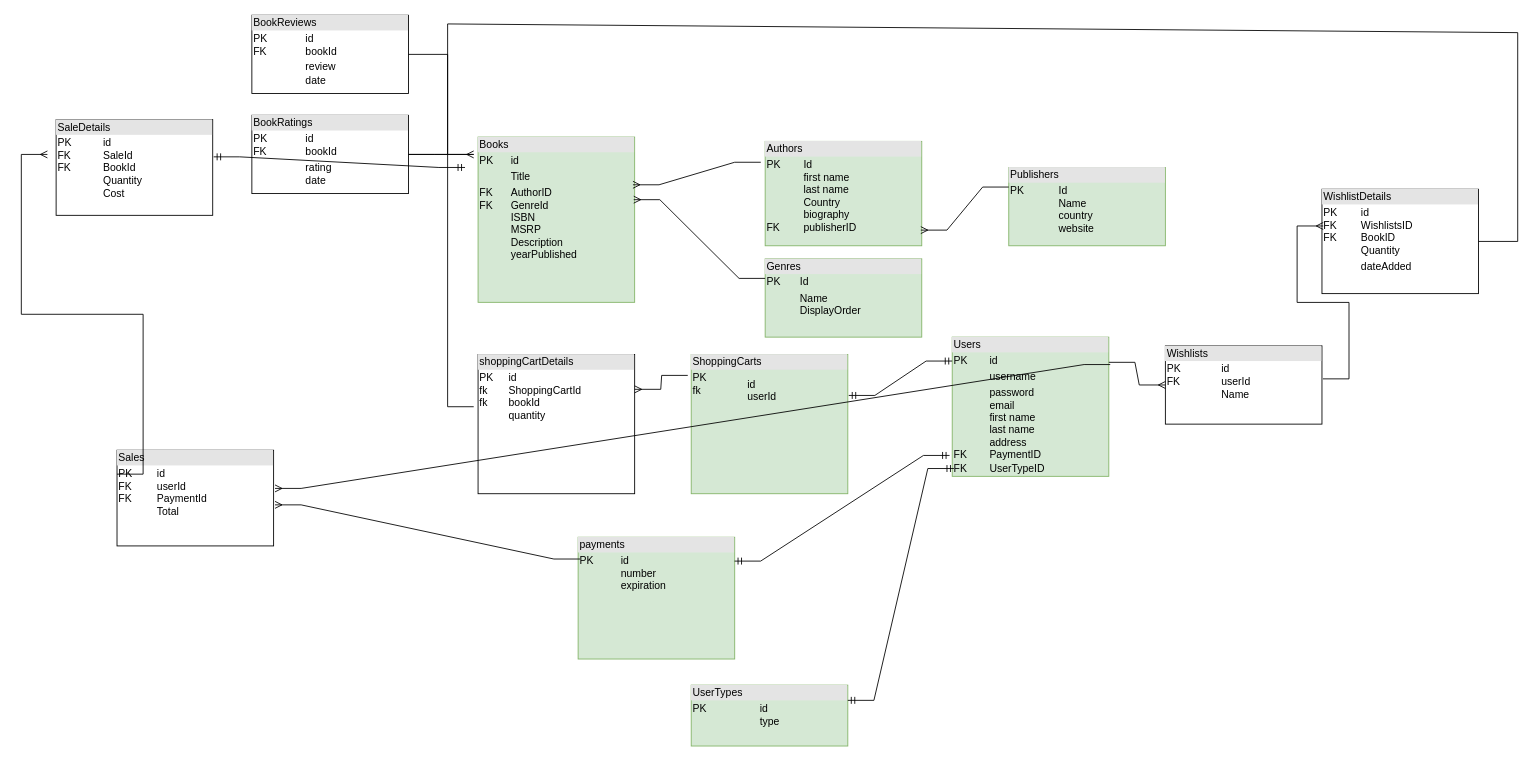
The draw.io diagram Database Schema.drawio in diegomfg/cen-bookapi, before the edit. Source tidied: cells renumbered, new cells numbered last; positions are measured from the earlier drawing's top-left corner, leaving out a move shared by most shapes. Both pictures are drawn from the tidied source at 87%, with x=0, y=0 at pixel (47, 15).
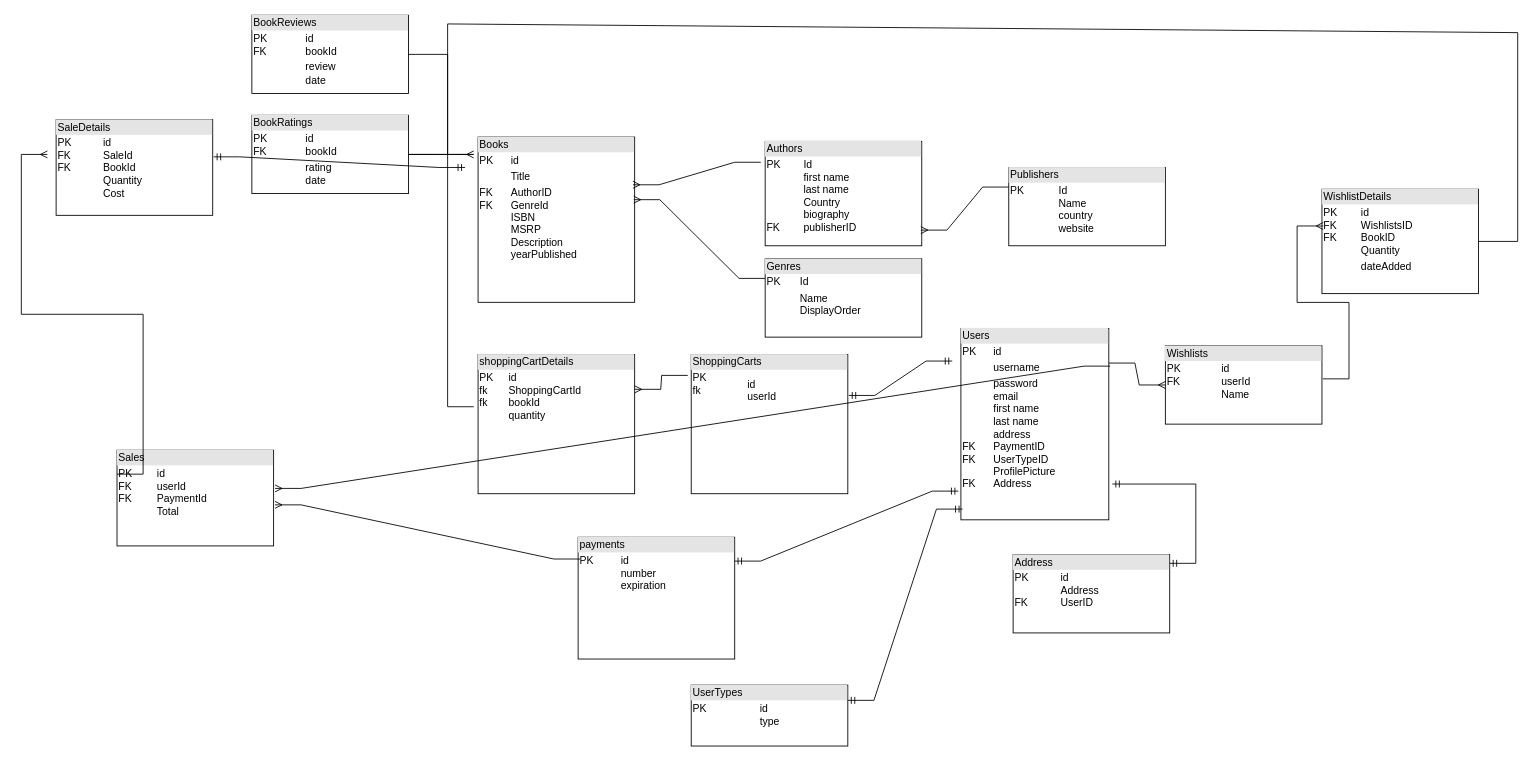
After the change.

Commit message:
Add User Profile Schema

The edit, as a diff of the source:
```diff
@@
-    <mxCell id="2" value="&lt;div style=&quot;box-sizing:border-box;width:100%;background:#e4e4e4;padding:2px;&quot;&gt;Books&lt;/div&gt;&lt;table style=&quot;width:100%;font-size:1em;&quot; cellpadding=&quot;2&quot; cellspacing=&quot;0&quot;&gt;&lt;tbody&gt;&lt;tr&gt;&lt;td&gt;PK&lt;/td&gt;&lt;td&gt;id&lt;/td&gt;&lt;/tr&gt;&lt;tr&gt;&lt;td&gt;&lt;br&gt;&lt;/td&gt;&lt;td&gt;Title&lt;/td&gt;&lt;/tr&gt;&lt;tr&gt;&lt;td&gt;FK&lt;br&gt;FK&lt;br&gt;&lt;br&gt;&lt;br&gt;&lt;br&gt;&lt;br&gt;&lt;br&gt;&lt;/td&gt;&lt;td&gt;AuthorID&lt;br&gt;GenreId&lt;br&gt;ISBN&lt;br&gt;MSRP&lt;br&gt;Description&lt;br&gt;yearPublished&lt;br&gt;&lt;br&gt;&lt;/td&gt;&lt;/tr&gt;&lt;/tbody&gt;&lt;/table&gt;" style="verticalAlign=top;align=left;overflow=fill;html=1;whiteSpace=wrap;fillColor=#d5e8d4;strokeColor=#82b366;" parent="1" vertex="1">
+    <mxCell id="2" value="&lt;div style=&quot;box-sizing:border-box;width:100%;background:#e4e4e4;padding:2px;&quot;&gt;Books&lt;/div&gt;&lt;table style=&quot;width:100%;font-size:1em;&quot; cellpadding=&quot;2&quot; cellspacing=&quot;0&quot;&gt;&lt;tbody&gt;&lt;tr&gt;&lt;td&gt;PK&lt;/td&gt;&lt;td&gt;id&lt;/td&gt;&lt;/tr&gt;&lt;tr&gt;&lt;td&gt;&lt;br&gt;&lt;/td&gt;&lt;td&gt;Title&lt;/td&gt;&lt;/tr&gt;&lt;tr&gt;&lt;td&gt;FK&lt;br&gt;FK&lt;br&gt;&lt;br&gt;&lt;br&gt;&lt;br&gt;&lt;br&gt;&lt;br&gt;&lt;/td&gt;&lt;td&gt;AuthorID&lt;br&gt;GenreId&lt;br&gt;ISBN&lt;br&gt;MSRP&lt;br&gt;Description&lt;br&gt;yearPublished&lt;br&gt;&lt;br&gt;&lt;/td&gt;&lt;/tr&gt;&lt;/tbody&gt;&lt;/table&gt;" style="verticalAlign=top;align=left;overflow=fill;html=1;whiteSpace=wrap;" parent="1" vertex="1">
       <mxGeometry x="495" y="140" width="180" height="190" as="geometry" />
     </mxCell>
-    <mxCell id="3" value="&lt;div style=&quot;box-sizing:border-box;width:100%;background:#e4e4e4;padding:2px;&quot;&gt;Authors&lt;/div&gt;&lt;table style=&quot;width:100%;font-size:1em;&quot; cellpadding=&quot;2&quot; cellspacing=&quot;0&quot;&gt;&lt;tbody&gt;&lt;tr&gt;&lt;td&gt;PK&lt;br&gt;&lt;br&gt;&lt;br&gt;&lt;br&gt;&lt;br&gt;FK&lt;/td&gt;&lt;td&gt;Id&lt;br&gt;first name&lt;br&gt;last name&lt;br&gt;Country&lt;br&gt;biography&lt;br&gt;publisherID&lt;/td&gt;&lt;/tr&gt;&lt;tr&gt;&lt;td&gt;&lt;br&gt;&lt;/td&gt;&lt;td&gt;&lt;/td&gt;&lt;/tr&gt;&lt;/tbody&gt;&lt;/table&gt;" style="verticalAlign=top;align=left;overflow=fill;html=1;whiteSpace=wrap;fillColor=#d5e8d4;strokeColor=#82b366;" parent="1" vertex="1">
+    <mxCell id="3" value="&lt;div style=&quot;box-sizing:border-box;width:100%;background:#e4e4e4;padding:2px;&quot;&gt;Authors&lt;/div&gt;&lt;table style=&quot;width:100%;font-size:1em;&quot; cellpadding=&quot;2&quot; cellspacing=&quot;0&quot;&gt;&lt;tbody&gt;&lt;tr&gt;&lt;td&gt;PK&lt;br&gt;&lt;br&gt;&lt;br&gt;&lt;br&gt;&lt;br&gt;FK&lt;/td&gt;&lt;td&gt;Id&lt;br&gt;first name&lt;br&gt;last name&lt;br&gt;Country&lt;br&gt;biography&lt;br&gt;publisherID&lt;/td&gt;&lt;/tr&gt;&lt;tr&gt;&lt;td&gt;&lt;br&gt;&lt;/td&gt;&lt;td&gt;&lt;/td&gt;&lt;/tr&gt;&lt;/tbody&gt;&lt;/table&gt;" style="verticalAlign=top;align=left;overflow=fill;html=1;whiteSpace=wrap;" parent="1" vertex="1">
       <mxGeometry x="825" y="145" width="180" height="120" as="geometry" />
     </mxCell>
-    <mxCell id="4" value="&lt;div style=&quot;box-sizing:border-box;width:100%;background:#e4e4e4;padding:2px;&quot;&gt;Genres&lt;/div&gt;&lt;table style=&quot;width:100%;font-size:1em;&quot; cellpadding=&quot;2&quot; cellspacing=&quot;0&quot;&gt;&lt;tbody&gt;&lt;tr&gt;&lt;td&gt;PK&lt;/td&gt;&lt;td&gt;Id&lt;/td&gt;&lt;/tr&gt;&lt;tr&gt;&lt;td&gt;&lt;br&gt;&lt;/td&gt;&lt;td&gt;Name&lt;br&gt;DisplayOrder&lt;/td&gt;&lt;/tr&gt;&lt;/tbody&gt;&lt;/table&gt;" style="verticalAlign=top;align=left;overflow=fill;html=1;whiteSpace=wrap;fillColor=#d5e8d4;strokeColor=#82b366;" parent="1" vertex="1">
+    <mxCell id="4" value="&lt;div style=&quot;box-sizing:border-box;width:100%;background:#e4e4e4;padding:2px;&quot;&gt;Genres&lt;/div&gt;&lt;table style=&quot;width:100%;font-size:1em;&quot; cellpadding=&quot;2&quot; cellspacing=&quot;0&quot;&gt;&lt;tbody&gt;&lt;tr&gt;&lt;td&gt;PK&lt;/td&gt;&lt;td&gt;Id&lt;/td&gt;&lt;/tr&gt;&lt;tr&gt;&lt;td&gt;&lt;br&gt;&lt;/td&gt;&lt;td&gt;Name&lt;br&gt;DisplayOrder&lt;/td&gt;&lt;/tr&gt;&lt;/tbody&gt;&lt;/table&gt;" style="verticalAlign=top;align=left;overflow=fill;html=1;whiteSpace=wrap;" parent="1" vertex="1">
       <mxGeometry x="825" y="280" width="180" height="90" as="geometry" />
     </mxCell>
-    <mxCell id="5" value="&lt;div style=&quot;box-sizing:border-box;width:100%;background:#e4e4e4;padding:2px;&quot;&gt;Publishers&lt;/div&gt;&lt;table style=&quot;width:100%;font-size:1em;&quot; cellpadding=&quot;2&quot; cellspacing=&quot;0&quot;&gt;&lt;tbody&gt;&lt;tr&gt;&lt;td&gt;PK&lt;br&gt;&lt;br&gt;&lt;br&gt;&lt;br&gt;&lt;/td&gt;&lt;td&gt;Id&lt;br&gt;Name&lt;br&gt;country&lt;br&gt;website&lt;/td&gt;&lt;/tr&gt;&lt;tr&gt;&lt;td&gt;&lt;br&gt;&lt;/td&gt;&lt;td&gt;&lt;/td&gt;&lt;/tr&gt;&lt;/tbody&gt;&lt;/table&gt;" style="verticalAlign=top;align=left;overflow=fill;html=1;whiteSpace=wrap;fillColor=#d5e8d4;strokeColor=#82b366;" parent="1" vertex="1">
+    <mxCell id="5" value="&lt;div style=&quot;box-sizing:border-box;width:100%;background:#e4e4e4;padding:2px;&quot;&gt;Publishers&lt;/div&gt;&lt;table style=&quot;width:100%;font-size:1em;&quot; cellpadding=&quot;2&quot; cellspacing=&quot;0&quot;&gt;&lt;tbody&gt;&lt;tr&gt;&lt;td&gt;PK&lt;br&gt;&lt;br&gt;&lt;br&gt;&lt;br&gt;&lt;/td&gt;&lt;td&gt;Id&lt;br&gt;Name&lt;br&gt;country&lt;br&gt;website&lt;/td&gt;&lt;/tr&gt;&lt;tr&gt;&lt;td&gt;&lt;br&gt;&lt;/td&gt;&lt;td&gt;&lt;/td&gt;&lt;/tr&gt;&lt;/tbody&gt;&lt;/table&gt;" style="verticalAlign=top;align=left;overflow=fill;html=1;whiteSpace=wrap;" parent="1" vertex="1">
       <mxGeometry x="1105" y="175" width="180" height="90" as="geometry" />
     </mxCell>
-    <mxCell id="6" value="&lt;div style=&quot;box-sizing:border-box;width:100%;background:#e4e4e4;padding:2px;&quot;&gt;Users&lt;/div&gt;&lt;table style=&quot;width:100%;font-size:1em;&quot; cellpadding=&quot;2&quot; cellspacing=&quot;0&quot;&gt;&lt;tbody&gt;&lt;tr&gt;&lt;td&gt;PK&lt;/td&gt;&lt;td&gt;id&lt;/td&gt;&lt;/tr&gt;&lt;tr&gt;&lt;td&gt;&lt;br&gt;&lt;/td&gt;&lt;td&gt;username&lt;/td&gt;&lt;/tr&gt;&lt;tr&gt;&lt;td&gt;&lt;br&gt;&lt;br&gt;&lt;br&gt;FK&lt;br&gt;FK&lt;/td&gt;&lt;td&gt;password&lt;br&gt;email&lt;br&gt;first name&lt;br&gt;last name&lt;br&gt;address&lt;br&gt;PaymentID&lt;br&gt;UserTypeID&lt;br&gt;&lt;br&gt;&lt;br&gt;&lt;/td&gt;&lt;/tr&gt;&lt;/tbody&gt;&lt;/table&gt;" style="verticalAlign=top;align=left;overflow=fill;html=1;whiteSpace=wrap;fillColor=#d5e8d4;strokeColor=#82b366;" parent="1" vertex="1">
-      <mxGeometry x="1040" y="370" width="180" height="160" as="geometry" />
+    <mxCell id="6" value="&lt;div style=&quot;box-sizing:border-box;width:100%;background:#e4e4e4;padding:2px;&quot;&gt;Users&lt;/div&gt;&lt;table style=&quot;width:100%;font-size:1em;&quot; cellpadding=&quot;2&quot; cellspacing=&quot;0&quot;&gt;&lt;tbody&gt;&lt;tr&gt;&lt;td&gt;PK&lt;/td&gt;&lt;td&gt;id&lt;/td&gt;&lt;/tr&gt;&lt;tr&gt;&lt;td&gt;&lt;br&gt;&lt;/td&gt;&lt;td&gt;username&lt;/td&gt;&lt;/tr&gt;&lt;tr&gt;&lt;td&gt;&lt;br&gt;&lt;br&gt;&lt;br&gt;FK&lt;br&gt;FK&lt;br&gt;&lt;br&gt;FK&lt;/td&gt;&lt;td&gt;password&lt;br&gt;email&lt;br&gt;first name&lt;br&gt;last name&lt;br&gt;address&lt;br&gt;PaymentID&lt;br&gt;UserTypeID&lt;br&gt;ProfilePicture&lt;br&gt;Address&lt;br&gt;&lt;br&gt;&lt;br&gt;&lt;/td&gt;&lt;/tr&gt;&lt;/tbody&gt;&lt;/table&gt;" style="verticalAlign=top;align=left;overflow=fill;html=1;whiteSpace=wrap;" parent="1" vertex="1">
+      <mxGeometry x="1050" y="360" width="170" height="220" as="geometry" />
     </mxCell>
-    <mxCell id="7" value="&lt;div style=&quot;box-sizing:border-box;width:100%;background:#e4e4e4;padding:2px;&quot;&gt;payments&lt;/div&gt;&lt;table style=&quot;width:100%;font-size:1em;&quot; cellpadding=&quot;2&quot; cellspacing=&quot;0&quot;&gt;&lt;tbody&gt;&lt;tr&gt;&lt;td&gt;PK&lt;br&gt;&lt;br&gt;&lt;br&gt;&lt;/td&gt;&lt;td&gt;id&lt;br&gt;number&lt;br style=&quot;--tw-translate-x: 0; --tw-translate-y: 0; --tw-rotate: 0; --tw-skew-x: 0; --tw-skew-y: 0; --tw-scale-x: 1; --tw-scale-y: 1; --tw-pan-x: ; --tw-pan-y: ; --tw-pinch-zoom: ; --tw-scroll-snap-strictness: proximity; --tw-ordinal: ; --tw-slashed-zero: ; --tw-numeric-figure: ; --tw-numeric-spacing: ; --tw-numeric-fraction: ; --tw-ring-inset: ; --tw-ring-offset-width: 0px; --tw-ring-offset-color: #fff; --tw-ring-color: rgb(59 130 246 / .5); --tw-ring-offset-shadow: 0 0 #0000; --tw-ring-shadow: 0 0 #0000; --tw-shadow: 0 0 #0000; --tw-shadow-colored: 0 0 #0000; --tw-blur: ; --tw-brightness: ; --tw-contrast: ; --tw-grayscale: ; --tw-hue-rotate: ; --tw-invert: ; --tw-saturate: ; --tw-sepia: ; --tw-drop-shadow: ; --tw-backdrop-blur: ; --tw-backdrop-brightness: ; --tw-backdrop-contrast: ; --tw-backdrop-grayscale: ; --tw-backdrop-hue-rotate: ; --tw-backdrop-invert: ; --tw-backdrop-opacity: ; --tw-backdrop-saturate: ; --tw-backdrop-sepia: ; border-color: var(--border-color);&quot;&gt;expiration&lt;br&gt;&lt;/td&gt;&lt;/tr&gt;&lt;tr&gt;&lt;td&gt;&lt;br&gt;&lt;/td&gt;&lt;td&gt;&lt;br&gt;&lt;/td&gt;&lt;/tr&gt;&lt;tr&gt;&lt;td&gt;&lt;br&gt;&lt;/td&gt;&lt;td&gt;&lt;br&gt;&lt;br&gt;&lt;/td&gt;&lt;/tr&gt;&lt;/tbody&gt;&lt;/table&gt;" style="verticalAlign=top;align=left;overflow=fill;html=1;whiteSpace=wrap;fillColor=#d5e8d4;strokeColor=#82b366;" parent="1" vertex="1">
+    <mxCell id="7" value="&lt;div style=&quot;box-sizing:border-box;width:100%;background:#e4e4e4;padding:2px;&quot;&gt;payments&lt;/div&gt;&lt;table style=&quot;width:100%;font-size:1em;&quot; cellpadding=&quot;2&quot; cellspacing=&quot;0&quot;&gt;&lt;tbody&gt;&lt;tr&gt;&lt;td&gt;PK&lt;br&gt;&lt;br&gt;&lt;br&gt;&lt;/td&gt;&lt;td&gt;id&lt;br&gt;number&lt;br style=&quot;--tw-translate-x: 0; --tw-translate-y: 0; --tw-rotate: 0; --tw-skew-x: 0; --tw-skew-y: 0; --tw-scale-x: 1; --tw-scale-y: 1; --tw-pan-x: ; --tw-pan-y: ; --tw-pinch-zoom: ; --tw-scroll-snap-strictness: proximity; --tw-ordinal: ; --tw-slashed-zero: ; --tw-numeric-figure: ; --tw-numeric-spacing: ; --tw-numeric-fraction: ; --tw-ring-inset: ; --tw-ring-offset-width: 0px; --tw-ring-offset-color: #fff; --tw-ring-color: rgb(59 130 246 / .5); --tw-ring-offset-shadow: 0 0 #0000; --tw-ring-shadow: 0 0 #0000; --tw-shadow: 0 0 #0000; --tw-shadow-colored: 0 0 #0000; --tw-blur: ; --tw-brightness: ; --tw-contrast: ; --tw-grayscale: ; --tw-hue-rotate: ; --tw-invert: ; --tw-saturate: ; --tw-sepia: ; --tw-drop-shadow: ; --tw-backdrop-blur: ; --tw-backdrop-brightness: ; --tw-backdrop-contrast: ; --tw-backdrop-grayscale: ; --tw-backdrop-hue-rotate: ; --tw-backdrop-invert: ; --tw-backdrop-opacity: ; --tw-backdrop-saturate: ; --tw-backdrop-sepia: ; border-color: var(--border-color);&quot;&gt;expiration&lt;br&gt;&lt;/td&gt;&lt;/tr&gt;&lt;tr&gt;&lt;td&gt;&lt;br&gt;&lt;/td&gt;&lt;td&gt;&lt;br&gt;&lt;/td&gt;&lt;/tr&gt;&lt;tr&gt;&lt;td&gt;&lt;br&gt;&lt;/td&gt;&lt;td&gt;&lt;br&gt;&lt;br&gt;&lt;/td&gt;&lt;/tr&gt;&lt;/tbody&gt;&lt;/table&gt;" style="verticalAlign=top;align=left;overflow=fill;html=1;whiteSpace=wrap;" parent="1" vertex="1">
       <mxGeometry x="610" y="600" width="180" height="140" as="geometry" />
     </mxCell>
-    <mxCell id="8" value="&lt;div style=&quot;box-sizing:border-box;width:100%;background:#e4e4e4;padding:2px;&quot;&gt;ShoppingCarts&lt;/div&gt;&lt;table style=&quot;width:100%;font-size:1em;&quot; cellpadding=&quot;2&quot; cellspacing=&quot;0&quot;&gt;&lt;tbody&gt;&lt;tr&gt;&lt;td&gt;PK&lt;br&gt;fk&lt;br&gt;&lt;br&gt;&lt;/td&gt;&lt;td&gt;id&lt;br&gt;userId&lt;br&gt;&lt;/td&gt;&lt;/tr&gt;&lt;tr&gt;&lt;td&gt;&lt;br&gt;&lt;/td&gt;&lt;td&gt;&lt;/td&gt;&lt;/tr&gt;&lt;tr&gt;&lt;td&gt;&lt;/td&gt;&lt;td&gt;&lt;br&gt;&lt;br&gt;&lt;br&gt;&lt;/td&gt;&lt;/tr&gt;&lt;/tbody&gt;&lt;/table&gt;" style="verticalAlign=top;align=left;overflow=fill;html=1;whiteSpace=wrap;fillColor=#d5e8d4;strokeColor=#82b366;" parent="1" vertex="1">
+    <mxCell id="8" value="&lt;div style=&quot;box-sizing:border-box;width:100%;background:#e4e4e4;padding:2px;&quot;&gt;ShoppingCarts&lt;/div&gt;&lt;table style=&quot;width:100%;font-size:1em;&quot; cellpadding=&quot;2&quot; cellspacing=&quot;0&quot;&gt;&lt;tbody&gt;&lt;tr&gt;&lt;td&gt;PK&lt;br&gt;fk&lt;br&gt;&lt;br&gt;&lt;/td&gt;&lt;td&gt;id&lt;br&gt;userId&lt;br&gt;&lt;/td&gt;&lt;/tr&gt;&lt;tr&gt;&lt;td&gt;&lt;br&gt;&lt;/td&gt;&lt;td&gt;&lt;/td&gt;&lt;/tr&gt;&lt;tr&gt;&lt;td&gt;&lt;/td&gt;&lt;td&gt;&lt;br&gt;&lt;br&gt;&lt;br&gt;&lt;/td&gt;&lt;/tr&gt;&lt;/tbody&gt;&lt;/table&gt;" style="verticalAlign=top;align=left;overflow=fill;html=1;whiteSpace=wrap;" parent="1" vertex="1">
       <mxGeometry x="740" y="390" width="180" height="160" as="geometry" />
     </mxCell>
@@
-    <mxCell id="17" value="&lt;div style=&quot;box-sizing:border-box;width:100%;background:#e4e4e4;padding:2px;&quot;&gt;UserTypes&lt;/div&gt;&lt;table style=&quot;width:100%;font-size:1em;&quot; cellpadding=&quot;2&quot; cellspacing=&quot;0&quot;&gt;&lt;tbody&gt;&lt;tr&gt;&lt;td&gt;PK&lt;br&gt;&lt;br&gt;&lt;/td&gt;&lt;td&gt;id&lt;br&gt;type&lt;/td&gt;&lt;/tr&gt;&lt;tr&gt;&lt;td&gt;&lt;/td&gt;&lt;td&gt;&lt;br&gt;&lt;/td&gt;&lt;/tr&gt;&lt;tr&gt;&lt;td&gt;&lt;/td&gt;&lt;td&gt;&lt;br&gt;&lt;br&gt;&lt;br&gt;&lt;/td&gt;&lt;/tr&gt;&lt;/tbody&gt;&lt;/table&gt;" style="verticalAlign=top;align=left;overflow=fill;html=1;whiteSpace=wrap;fillColor=#d5e8d4;strokeColor=#82b366;" parent="1" vertex="1">
+    <mxCell id="17" value="&lt;div style=&quot;box-sizing:border-box;width:100%;background:#e4e4e4;padding:2px;&quot;&gt;UserTypes&lt;/div&gt;&lt;table style=&quot;width:100%;font-size:1em;&quot; cellpadding=&quot;2&quot; cellspacing=&quot;0&quot;&gt;&lt;tbody&gt;&lt;tr&gt;&lt;td&gt;PK&lt;br&gt;&lt;br&gt;&lt;/td&gt;&lt;td&gt;id&lt;br&gt;type&lt;/td&gt;&lt;/tr&gt;&lt;tr&gt;&lt;td&gt;&lt;/td&gt;&lt;td&gt;&lt;br&gt;&lt;/td&gt;&lt;/tr&gt;&lt;tr&gt;&lt;td&gt;&lt;/td&gt;&lt;td&gt;&lt;br&gt;&lt;br&gt;&lt;br&gt;&lt;/td&gt;&lt;/tr&gt;&lt;/tbody&gt;&lt;/table&gt;" style="verticalAlign=top;align=left;overflow=fill;html=1;whiteSpace=wrap;" parent="1" vertex="1">
       <mxGeometry x="740" y="770" width="180" height="70" as="geometry" />
     </mxCell>
@@
+    <mxCell id="36" value="&lt;div style=&quot;box-sizing:border-box;width:100%;background:#e4e4e4;padding:2px;&quot;&gt;Address&lt;/div&gt;&lt;table style=&quot;width:100%;font-size:1em;&quot; cellpadding=&quot;2&quot; cellspacing=&quot;0&quot;&gt;&lt;tbody&gt;&lt;tr&gt;&lt;td&gt;PK&lt;br&gt;&lt;br&gt;FK&lt;/td&gt;&lt;td&gt;id&lt;br&gt;Address&lt;br&gt;UserID&lt;/td&gt;&lt;/tr&gt;&lt;tr&gt;&lt;td&gt;&lt;br&gt;&lt;/td&gt;&lt;td&gt;&lt;br&gt;&lt;/td&gt;&lt;/tr&gt;&lt;tr&gt;&lt;td&gt;&lt;/td&gt;&lt;td&gt;&lt;br&gt;&lt;br&gt;&lt;br&gt;&lt;/td&gt;&lt;/tr&gt;&lt;/tbody&gt;&lt;/table&gt;" style="verticalAlign=top;align=left;overflow=fill;html=1;whiteSpace=wrap;" parent="1" vertex="1">
+      <mxGeometry x="1110" y="620" width="180" height="90" as="geometry" />
+    </mxCell>
+    <mxCell id="37" style="edgeStyle=entityRelationEdgeStyle;fontSize=12;html=1;endArrow=ERmandOne;startArrow=ERmandOne;rounded=0;fontFamily=Helvetica;fontColor=default;entryX=1.024;entryY=0.813;entryDx=0;entryDy=0;entryPerimeter=0;" parent="1" edge="1" target="6">
+      <mxGeometry relative="1" as="geometry">
+        <mxPoint x="1290" y="630" as="sourcePoint" />
+      </mxGeometry>
+    </mxCell>
```
